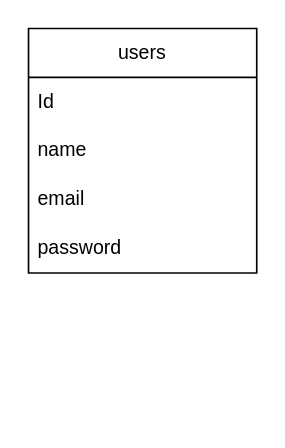
This is diagrams/Child Condition Share Application.drawio from DGarbs51/draw.io, a draw.io file, before an edit. Source tidied: cells renumbered, new cells numbered last; positions are measured from the earlier drawing's top-left corner, leaving out a move shared by most shapes. Both pictures are drawn from the tidied source at 163%, with x=0, y=0 at pixel (28, 28).
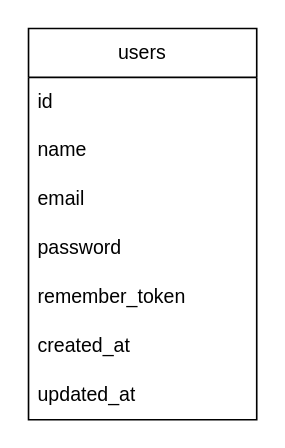
The same diagram, later.

What changed in the source:
```diff
@@
 <mxGraphModel>
   <root>
     <mxCell id="0" />
     <mxCell id="1" parent="0" />
     <mxCell id="2" value="users" style="swimlane;fontStyle=0;horizontal=1;startSize=30;whiteSpace=wrap;html=1;" parent="1" vertex="1">
-      <mxGeometry width="140" height="150" as="geometry" />
+      <mxGeometry width="140" height="240" as="geometry" />
     </mxCell>
-    <mxCell id="3" value="Id" style="text;strokeColor=none;fillColor=none;align=left;verticalAlign=middle;spacingLeft=4;spacingRight=4;overflow=hidden;whiteSpace=wrap;html=1;" parent="2" vertex="1">
+    <mxCell id="3" value="id" style="text;strokeColor=none;fillColor=none;align=left;verticalAlign=middle;spacingLeft=4;spacingRight=4;overflow=hidden;whiteSpace=wrap;html=1;" parent="2" vertex="1">
       <mxGeometry y="30" width="140" height="30" as="geometry" />
     </mxCell>
     <mxCell id="4" value="name" style="text;strokeColor=none;fillColor=none;align=left;verticalAlign=middle;spacingLeft=4;spacingRight=4;overflow=hidden;whiteSpace=wrap;html=1;" parent="2" vertex="1">
       <mxGeometry y="60" width="140" height="30" as="geometry" />
     </mxCell>
     <mxCell id="5" value="email" style="text;strokeColor=none;fillColor=none;align=left;verticalAlign=middle;spacingLeft=4;spacingRight=4;overflow=hidden;whiteSpace=wrap;html=1;" parent="2" vertex="1">
       <mxGeometry y="90" width="140" height="30" as="geometry" />
     </mxCell>
     <mxCell id="6" value="password" style="text;strokeColor=none;fillColor=none;align=left;verticalAlign=middle;spacingLeft=4;spacingRight=4;overflow=hidden;whiteSpace=wrap;html=1;" parent="2" vertex="1">
       <mxGeometry y="120" width="140" height="30" as="geometry" />
     </mxCell>
+    <mxCell id="7" value="remember_token" style="text;strokeColor=none;fillColor=none;align=left;verticalAlign=middle;spacingLeft=4;spacingRight=4;overflow=hidden;whiteSpace=wrap;html=1;" parent="2" vertex="1">
+      <mxGeometry y="150" width="140" height="30" as="geometry" />
+    </mxCell>
+    <mxCell id="8" value="created_at" style="text;strokeColor=none;fillColor=none;align=left;verticalAlign=middle;spacingLeft=4;spacingRight=4;overflow=hidden;whiteSpace=wrap;html=1;" parent="2" vertex="1">
+      <mxGeometry y="180" width="140" height="30" as="geometry" />
+    </mxCell>
+    <mxCell id="9" value="updated_at" style="text;strokeColor=none;fillColor=none;align=left;verticalAlign=middle;spacingLeft=4;spacingRight=4;overflow=hidden;whiteSpace=wrap;html=1;" parent="2" vertex="1">
+      <mxGeometry y="210" width="140" height="30" as="geometry" />
+    </mxCell>
   </root>
 </mxGraphModel>
```
